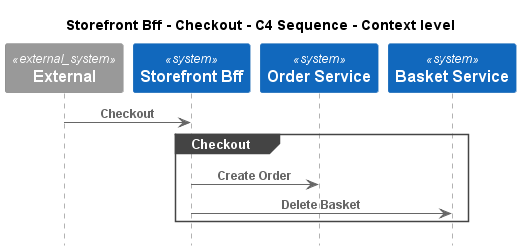
The PlantUML diagram e-commerce-platform/Software Systems/Storefront Bff/Interfaces/Checkout/Context - C4 Sequence.png in C4InterFlow/architecture-as-code-samples, before a commit.
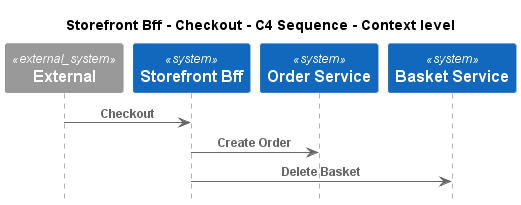
The same file after the commit.

Change to the diagram source:
```diff
@@ -10,10 +10,8 @@
 System(ECommercePlatform.SoftwareSystems.BasketService, "Basket Service", "")
 
 Rel(C4InterFlow.SoftwareSystems.ExternalSystem, ECommercePlatform.SoftwareSystems.StorefrontBff, "Checkout")
-group Checkout
 Rel(ECommercePlatform.SoftwareSystems.StorefrontBff, ECommercePlatform.SoftwareSystems.OrderService, "Create Order")
 Rel(ECommercePlatform.SoftwareSystems.StorefrontBff, ECommercePlatform.SoftwareSystems.BasketService, "Delete Basket")
-end
 
 
 @enduml
```
